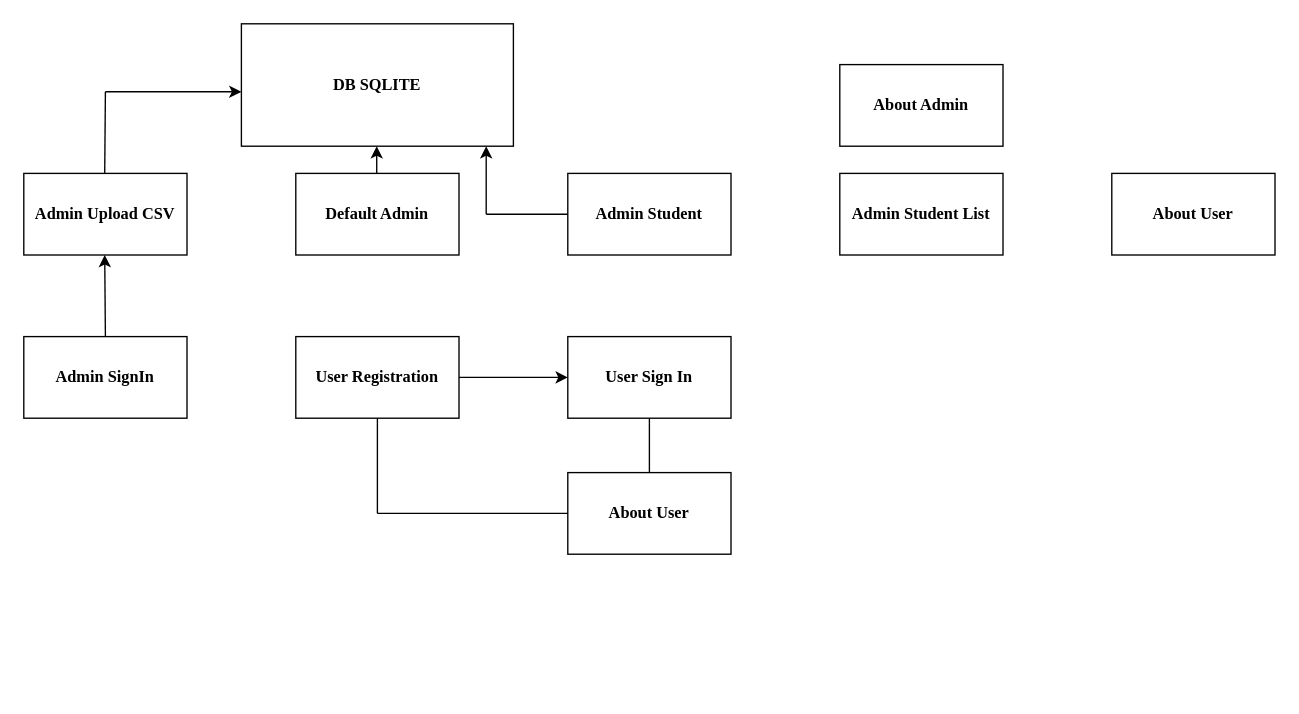
x23203595/QuizzDynamo keeps this draw.io diagram as QuizzDynamoApp.drawio. Above is the earlier version. Source tidied: cells renumbered, new cells numbered last; positions are measured from the earlier drawing's top-left corner, leaving out a move shared by most shapes. Both pictures are drawn from the tidied source at 136%, with x=0, y=0 at pixel (23, 23).
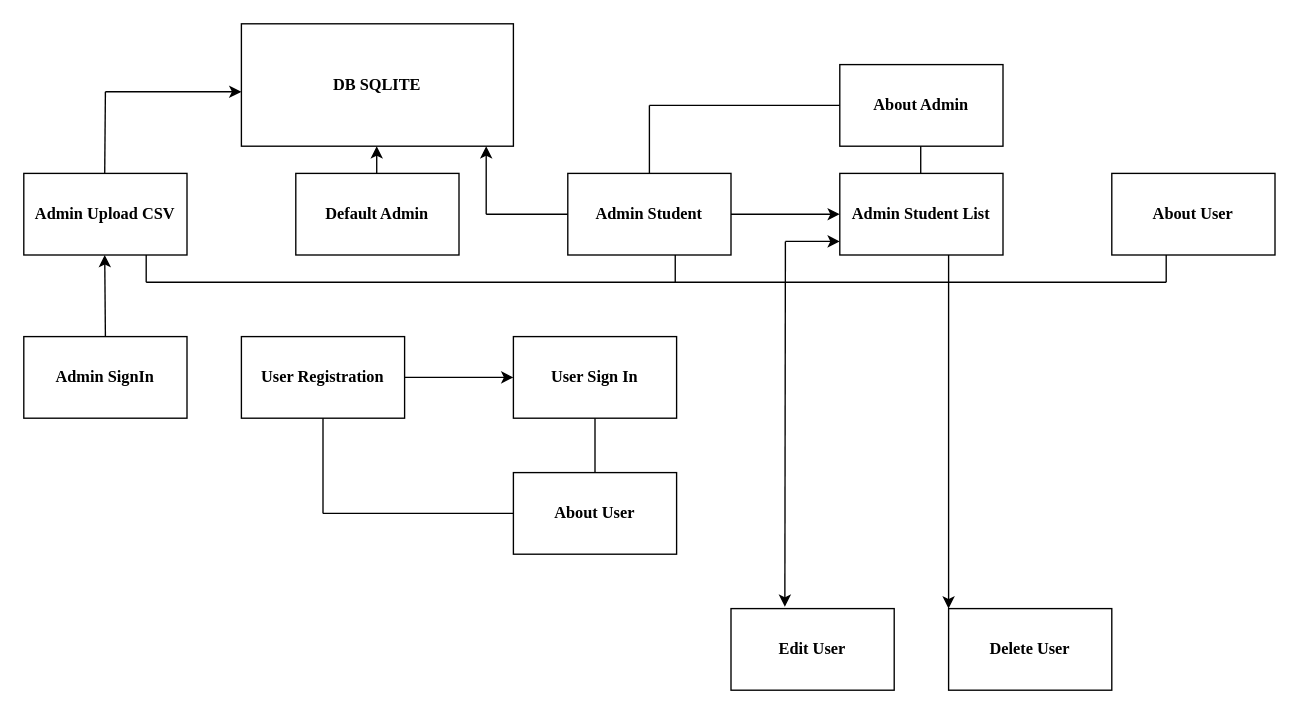
The same page after the edit.

The change refers to these unchanged cells:
```xml
<mxCell id="2" value="&lt;b&gt;&lt;font face=&quot;Times New Roman&quot;&gt;Admin Upload CSV&lt;/font&gt;&lt;/b&gt;" style="rounded=0;whiteSpace=wrap;html=1;" parent="1" vertex="1">
  <mxGeometry y="110" width="120" height="60" as="geometry" />
</mxCell>
<mxCell id="5" value="&lt;font face=&quot;Times New Roman&quot;&gt;Admin Student&lt;/font&gt;" style="rounded=0;whiteSpace=wrap;html=1;fontStyle=1;" parent="1" vertex="1">
  <mxGeometry x="400" y="110" width="120" height="60" as="geometry" />
</mxCell>
<mxCell id="6" value="&lt;font face=&quot;Times New Roman&quot;&gt;Admin Student List&lt;/font&gt;" style="rounded=0;whiteSpace=wrap;html=1;fontStyle=1;" parent="1" vertex="1">
  <mxGeometry x="600" y="110" width="120" height="60" as="geometry" />
</mxCell>
```

Diff of the diagram source:
```diff
@@
     <mxCell id="10" value="User Registration" style="rounded=0;whiteSpace=wrap;html=1;fontStyle=1;fontFamily=Times New Roman;" parent="1" vertex="1">
-      <mxGeometry x="200" y="230" width="120" height="60" as="geometry" />
+      <mxGeometry x="160" y="230" width="120" height="60" as="geometry" />
     </mxCell>
     <mxCell id="11" value="&lt;b&gt;User Sign In&lt;/b&gt;" style="rounded=0;whiteSpace=wrap;html=1;fontFamily=Times New Roman;" parent="1" vertex="1">
-      <mxGeometry x="400" y="230" width="120" height="60" as="geometry" />
+      <mxGeometry x="360" y="230" width="120" height="60" as="geometry" />
     </mxCell>
     <mxCell id="12" value="&lt;font&gt;&lt;b&gt;About User&lt;/b&gt;&lt;/font&gt;" style="rounded=0;whiteSpace=wrap;html=1;fontFamily=Times New Roman;" parent="1" vertex="1">
-      <mxGeometry x="400" y="330" width="120" height="60" as="geometry" />
+      <mxGeometry x="360" y="330" width="120" height="60" as="geometry" />
     </mxCell>
@@
     <mxCell id="18" style="endArrow=none;html=1;rounded=0;exitX=0.5;exitY=1;exitDx=0;exitDy=0;" parent="1" edge="1" source="10">
       <mxGeometry relative="1" as="geometry">
-        <mxPoint x="260" y="360" as="targetPoint" />
+        <mxPoint x="220" y="360" as="targetPoint" />
       </mxGeometry>
     </mxCell>
     <mxCell id="19" style="endArrow=none;html=1;rounded=0;entryX=0;entryY=0.5;entryDx=0;entryDy=0;" parent="1" edge="1" target="12">
       <mxGeometry relative="1" as="geometry">
-        <mxPoint x="260" y="360" as="sourcePoint" />
+        <mxPoint x="220" y="360" as="sourcePoint" />
       </mxGeometry>
     </mxCell>
@@
+    <mxCell id="23" style="endArrow=none;html=1;rounded=0;" parent="1" edge="1">
+      <mxGeometry relative="1" as="geometry">
+        <mxPoint x="460" y="110" as="sourcePoint" />
+        <mxPoint x="460" y="60" as="targetPoint" />
+      </mxGeometry>
+    </mxCell>
+    <mxCell id="24" style="endArrow=none;html=1;rounded=0;" parent="1" edge="1">
+      <mxGeometry relative="1" as="geometry">
+        <mxPoint x="460" y="60" as="sourcePoint" />
+        <mxPoint x="600" y="60" as="targetPoint" />
+      </mxGeometry>
+    </mxCell>
+    <mxCell id="25" style="endArrow=none;html=1;rounded=0;" parent="1" edge="1">
+      <mxGeometry relative="1" as="geometry">
+        <mxPoint x="659.5" y="110" as="sourcePoint" />
+        <mxPoint x="659.5" y="90" as="targetPoint" />
+      </mxGeometry>
+    </mxCell>
+    <mxCell id="26" style="endArrow=classic;html=1;rounded=0;exitX=1;exitY=0.5;exitDx=0;exitDy=0;entryX=0;entryY=0.5;entryDx=0;entryDy=0;" parent="1" edge="1" source="5" target="6">
+      <mxGeometry relative="1" as="geometry" />
+    </mxCell>
+    <mxCell id="27" value="&lt;b&gt;&lt;font face=&quot;Times New Roman&quot;&gt;Edit User&lt;/font&gt;&lt;/b&gt;" style="rounded=0;whiteSpace=wrap;html=1;" parent="1" vertex="1">
+      <mxGeometry x="520" y="430" width="120" height="60" as="geometry" />
+    </mxCell>
+    <mxCell id="28" value="&lt;font face=&quot;Times New Roman&quot;&gt;&lt;b&gt;Delete User&lt;/b&gt;&lt;/font&gt;" style="rounded=0;whiteSpace=wrap;html=1;" parent="1" vertex="1">
+      <mxGeometry x="680" y="430" width="120" height="60" as="geometry" />
+    </mxCell>
+    <mxCell id="29" style="endArrow=classic;html=1;rounded=0;entryX=0.33;entryY=-0.023;entryDx=0;entryDy=0;entryPerimeter=0;" parent="1" edge="1" target="27">
+      <mxGeometry relative="1" as="geometry">
+        <mxPoint x="560" y="160" as="sourcePoint" />
+      </mxGeometry>
+    </mxCell>
+    <mxCell id="30" style="endArrow=classic;html=1;rounded=0;" parent="1" edge="1">
+      <mxGeometry relative="1" as="geometry">
+        <mxPoint x="560" y="160" as="sourcePoint" />
+        <mxPoint x="600" y="160" as="targetPoint" />
+      </mxGeometry>
+    </mxCell>
+    <mxCell id="31" style="endArrow=classic;html=1;rounded=0;entryX=0;entryY=0;entryDx=0;entryDy=0;" parent="1" edge="1" target="28">
+      <mxGeometry relative="1" as="geometry">
+        <mxPoint x="680" y="170" as="sourcePoint" />
+      </mxGeometry>
+    </mxCell>
+    <mxCell id="32" style="endArrow=none;html=1;rounded=0;exitX=0.75;exitY=1;exitDx=0;exitDy=0;" parent="1" edge="1" source="2">
+      <mxGeometry relative="1" as="geometry">
+        <mxPoint x="90" y="190" as="targetPoint" />
+      </mxGeometry>
+    </mxCell>
+    <mxCell id="33" style="endArrow=none;html=1;rounded=0;" parent="1" edge="1">
+      <mxGeometry relative="1" as="geometry">
+        <mxPoint x="90" y="190" as="sourcePoint" />
+        <mxPoint x="840" y="190" as="targetPoint" />
+      </mxGeometry>
+    </mxCell>
+    <mxCell id="34" style="endArrow=none;html=1;rounded=0;" parent="1" edge="1">
+      <mxGeometry relative="1" as="geometry">
+        <mxPoint x="840" y="190" as="sourcePoint" />
+        <mxPoint x="840" y="170" as="targetPoint" />
+      </mxGeometry>
+    </mxCell>
+    <mxCell id="35" style="endArrow=none;html=1;rounded=0;" parent="1" edge="1">
+      <mxGeometry relative="1" as="geometry">
+        <mxPoint x="479" y="190" as="sourcePoint" />
+        <mxPoint x="479" y="170" as="targetPoint" />
+      </mxGeometry>
+    </mxCell>
```
